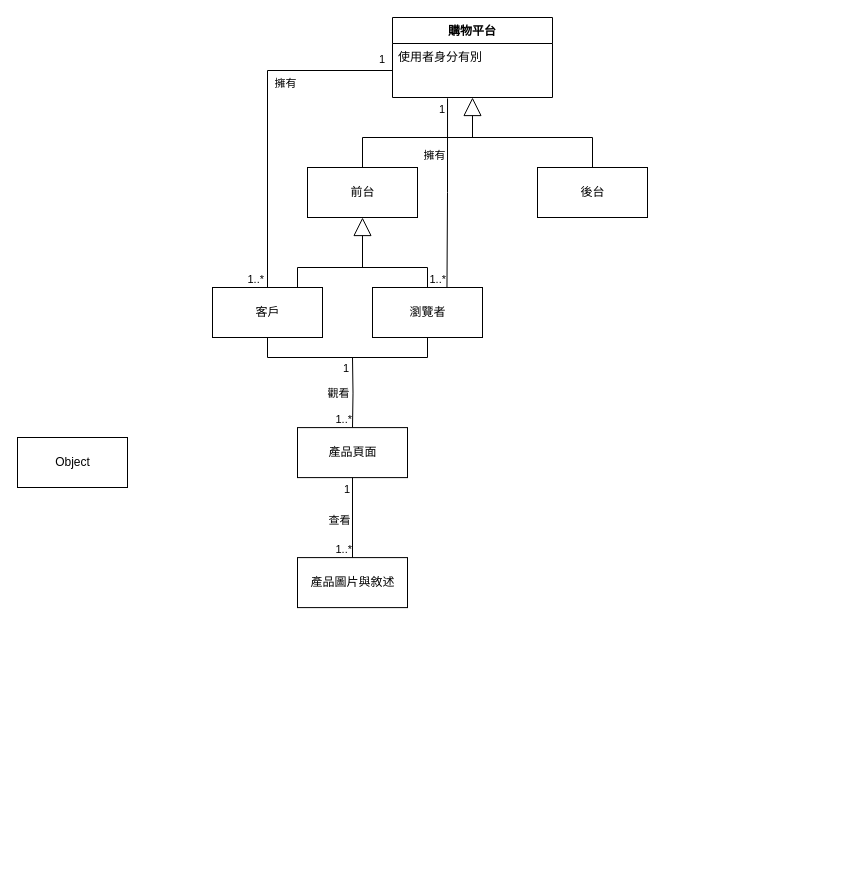
This is page "(d) 小題" (2 of 3) of sample1.drawio from 109111114/110-2Mid, a draw.io file, before an edit. Source tidied: cells renumbered, new cells numbered last; positions are measured from the earlier drawing's top-left corner, leaving out a move shared by most shapes. Both pictures are drawn from the tidied source at 100%, with x=0, y=0 at pixel (17, 17).
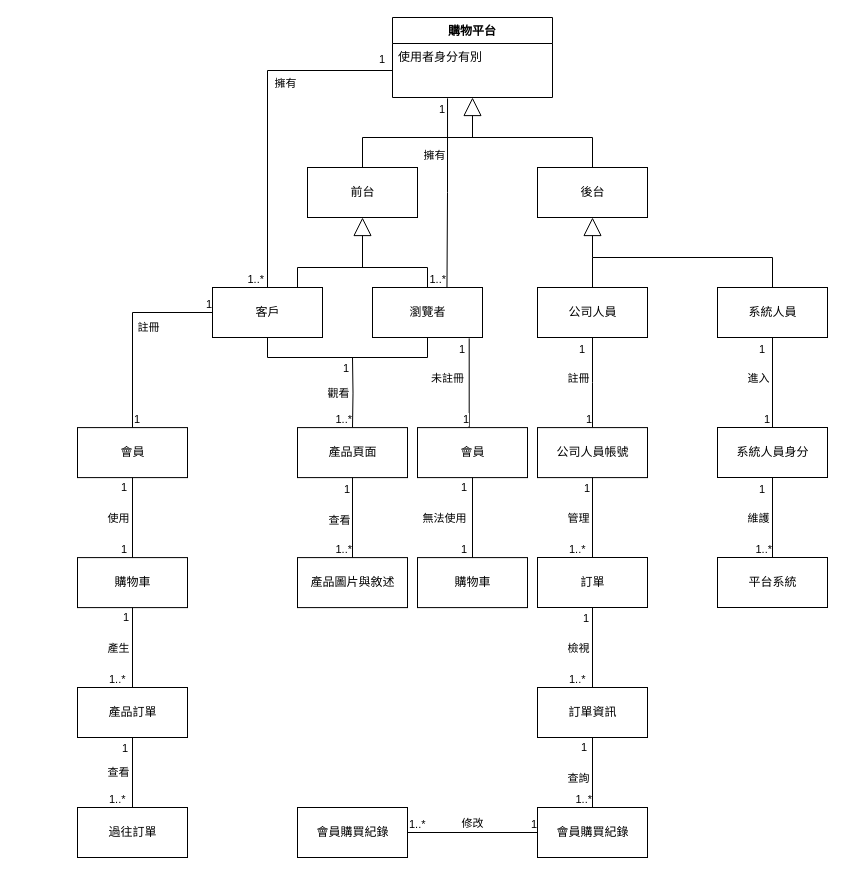
The same page after the edit.

The change refers to these unchanged cells:
```xml
<mxCell id="5" value="後台" style="html=1;" parent="1" vertex="1">
  <mxGeometry x="520" y="150" width="110" height="50" as="geometry" />
</mxCell>
<mxCell id="10" value="客戶" style="html=1;" parent="1" vertex="1">
  <mxGeometry x="195" y="270" width="110" height="50" as="geometry" />
</mxCell>
<mxCell id="11" value="瀏覽者" style="html=1;" parent="1" vertex="1">
  <mxGeometry x="355" y="270" width="110" height="50" as="geometry" />
</mxCell>
```

Change to the diagram source:
```diff
@@
-    <mxCell id="26" value="Object" style="html=1;" parent="1" vertex="1">
-      <mxGeometry y="420" width="110" height="50" as="geometry" />
+    <mxCell id="26" value="會員" style="html=1;" parent="1" vertex="1">
+      <mxGeometry x="60" y="410.1" width="110" height="50" as="geometry" />
     </mxCell>
@@
+    <mxCell id="38" style="endArrow=none;html=1;edgeStyle=orthogonalEdgeStyle;rounded=0;exitX=0.5;exitY=0;exitDx=0;exitDy=0;entryX=0;entryY=0.5;entryDx=0;entryDy=0;" parent="1" edge="1" source="26" target="10">
+      <mxGeometry relative="1" as="geometry" />
+    </mxCell>
+    <mxCell id="39" value="1" style="edgeLabel;html=1;align=left;verticalAlign=bottom;" parent="38" vertex="1">
+      <mxGeometry x="-1" relative="1" as="geometry" />
+    </mxCell>
+    <mxCell id="40" value="1" style="edgeLabel;html=1;align=right;verticalAlign=bottom;" parent="38" vertex="1">
+      <mxGeometry x="1" relative="1" as="geometry" />
+    </mxCell>
+    <mxCell id="41" value="註冊" style="edgeLabel;html=1;align=center;verticalAlign=middle;" parent="38" vertex="1">
+      <mxGeometry x="-0.01" y="2" relative="1" as="geometry">
+        <mxPoint x="17" y="-4" as="offset" />
+      </mxGeometry>
+    </mxCell>
+    <mxCell id="42" value="購物車" style="html=1;" parent="1" vertex="1">
+      <mxGeometry x="60" y="540.1" width="110" height="50" as="geometry" />
+    </mxCell>
+    <mxCell id="43" style="endArrow=none;html=1;edgeStyle=orthogonalEdgeStyle;rounded=0;exitX=0.5;exitY=1;exitDx=0;exitDy=0;entryX=0.5;entryY=0;entryDx=0;entryDy=0;" parent="1" edge="1" source="26" target="42">
+      <mxGeometry relative="1" as="geometry" />
+    </mxCell>
+    <mxCell id="44" value="1" style="edgeLabel;html=1;align=left;verticalAlign=bottom;" parent="43" vertex="1">
+      <mxGeometry x="-1" relative="1" as="geometry">
+        <mxPoint x="-13" y="18" as="offset" />
+      </mxGeometry>
+    </mxCell>
+    <mxCell id="45" value="1" style="edgeLabel;html=1;align=right;verticalAlign=bottom;" parent="43" vertex="1">
+      <mxGeometry x="1" relative="1" as="geometry">
+        <mxPoint x="-5" as="offset" />
+      </mxGeometry>
+    </mxCell>
+    <mxCell id="46" value="使用" style="edgeLabel;html=1;align=center;verticalAlign=middle;" parent="43" vertex="1">
+      <mxGeometry x="-0.24" relative="1" as="geometry">
+        <mxPoint x="-15" y="10" as="offset" />
+      </mxGeometry>
+    </mxCell>
+    <mxCell id="47" value="產品訂單" style="html=1;" parent="1" vertex="1">
+      <mxGeometry x="60" y="670" width="110" height="50" as="geometry" />
+    </mxCell>
+    <mxCell id="48" style="endArrow=none;html=1;edgeStyle=orthogonalEdgeStyle;rounded=0;exitX=0.5;exitY=0;exitDx=0;exitDy=0;entryX=0.5;entryY=1;entryDx=0;entryDy=0;" parent="1" edge="1" source="47" target="42">
+      <mxGeometry relative="1" as="geometry" />
+    </mxCell>
+    <mxCell id="49" value="1..*" style="edgeLabel;html=1;align=left;verticalAlign=bottom;" parent="48" vertex="1">
+      <mxGeometry x="-1" relative="1" as="geometry">
+        <mxPoint x="-25" as="offset" />
+      </mxGeometry>
+    </mxCell>
+    <mxCell id="50" value="1" style="edgeLabel;html=1;align=right;verticalAlign=bottom;" parent="48" vertex="1">
+      <mxGeometry x="1" relative="1" as="geometry">
+        <mxPoint x="-3" y="18" as="offset" />
+      </mxGeometry>
+    </mxCell>
+    <mxCell id="51" value="產生" style="edgeLabel;html=1;align=center;verticalAlign=middle;" parent="48" vertex="1">
+      <mxGeometry x="0.3" relative="1" as="geometry">
+        <mxPoint x="-15" y="12" as="offset" />
+      </mxGeometry>
+    </mxCell>
+    <mxCell id="52" value="過往訂單" style="html=1;" parent="1" vertex="1">
+      <mxGeometry x="60" y="790" width="110" height="50" as="geometry" />
+    </mxCell>
+    <mxCell id="53" style="endArrow=none;html=1;edgeStyle=orthogonalEdgeStyle;rounded=0;exitX=0.5;exitY=0;exitDx=0;exitDy=0;entryX=0.5;entryY=1;entryDx=0;entryDy=0;" parent="1" edge="1" source="52" target="47">
+      <mxGeometry relative="1" as="geometry" />
+    </mxCell>
+    <mxCell id="54" value="1..*" style="edgeLabel;html=1;align=left;verticalAlign=bottom;" parent="53" vertex="1">
+      <mxGeometry x="-1" relative="1" as="geometry">
+        <mxPoint x="-25" as="offset" />
+      </mxGeometry>
+    </mxCell>
+    <mxCell id="55" value="1" style="edgeLabel;html=1;align=right;verticalAlign=bottom;" parent="53" vertex="1">
+      <mxGeometry x="1" relative="1" as="geometry">
+        <mxPoint x="-4" y="19" as="offset" />
+      </mxGeometry>
+    </mxCell>
+    <mxCell id="56" value="查看" style="edgeLabel;html=1;align=center;verticalAlign=middle;" parent="53" vertex="1">
+      <mxGeometry x="0.25" y="2" relative="1" as="geometry">
+        <mxPoint x="-13" y="8" as="offset" />
+      </mxGeometry>
+    </mxCell>
+    <mxCell id="57" value="公司人員" style="html=1;" parent="1" vertex="1">
+      <mxGeometry x="520" y="270" width="110" height="50" as="geometry" />
+    </mxCell>
+    <mxCell id="58" value="系統人員" style="html=1;" parent="1" vertex="1">
+      <mxGeometry x="700" y="270" width="110" height="50" as="geometry" />
+    </mxCell>
+    <mxCell id="59" style="endArrow=none;html=1;rounded=0;exitX=0.5;exitY=0;exitDx=0;exitDy=0;" parent="1" edge="1" source="57">
+      <mxGeometry relative="1" as="geometry">
+        <mxPoint x="575" y="240" as="targetPoint" />
+      </mxGeometry>
+    </mxCell>
+    <mxCell id="60" style="endArrow=none;html=1;rounded=0;" parent="1" edge="1">
+      <mxGeometry relative="1" as="geometry">
+        <mxPoint x="575" y="240" as="sourcePoint" />
+        <mxPoint x="755" y="240" as="targetPoint" />
+      </mxGeometry>
+    </mxCell>
+    <mxCell id="61" style="endArrow=none;html=1;rounded=0;exitX=0.5;exitY=0;exitDx=0;exitDy=0;" parent="1" edge="1" source="58">
+      <mxGeometry relative="1" as="geometry">
+        <mxPoint x="755" y="240" as="targetPoint" />
+      </mxGeometry>
+    </mxCell>
+    <mxCell id="62" style="endArrow=none;html=1;edgeStyle=orthogonalEdgeStyle;rounded=0;exitX=0.5;exitY=1;exitDx=0;exitDy=0;" parent="1" edge="1" source="57">
+      <mxGeometry relative="1" as="geometry">
+        <mxPoint x="575" y="410" as="targetPoint" />
+      </mxGeometry>
+    </mxCell>
+    <mxCell id="63" value="1" style="edgeLabel;html=1;align=left;verticalAlign=bottom;" parent="62" vertex="1">
+      <mxGeometry x="-1" relative="1" as="geometry">
+        <mxPoint x="-15" y="20" as="offset" />
+      </mxGeometry>
+    </mxCell>
+    <mxCell id="64" value="1" style="edgeLabel;html=1;align=right;verticalAlign=bottom;" parent="62" vertex="1">
+      <mxGeometry x="1" relative="1" as="geometry" />
+    </mxCell>
+    <mxCell id="65" value="註冊" style="edgeLabel;html=1;align=center;verticalAlign=middle;" parent="62" vertex="1">
+      <mxGeometry x="-0.35" y="-1" relative="1" as="geometry">
+        <mxPoint x="-14" y="11" as="offset" />
+      </mxGeometry>
+    </mxCell>
+    <mxCell id="66" style="endArrow=block;endSize=16;endFill=0;html=1;rounded=0;entryX=0.5;entryY=1;entryDx=0;entryDy=0;" parent="1" edge="1" target="5">
+      <mxGeometry relative="1" as="geometry">
+        <mxPoint x="575" y="240" as="sourcePoint" />
+      </mxGeometry>
+    </mxCell>
+    <mxCell id="67" value="會員" style="html=1;" parent="1" vertex="1">
+      <mxGeometry x="400" y="410.1" width="110" height="50" as="geometry" />
+    </mxCell>
+    <mxCell id="68" style="endArrow=none;html=1;edgeStyle=orthogonalEdgeStyle;rounded=0;exitX=0.879;exitY=1.017;exitDx=0;exitDy=0;exitPerimeter=0;entryX=0.47;entryY=-0.002;entryDx=0;entryDy=0;entryPerimeter=0;" parent="1" edge="1" source="11" target="67">
+      <mxGeometry relative="1" as="geometry" />
+    </mxCell>
+    <mxCell id="69" value="1" style="edgeLabel;html=1;align=left;verticalAlign=bottom;" parent="68" vertex="1">
+      <mxGeometry x="-1" relative="1" as="geometry">
+        <mxPoint x="-12" y="19" as="offset" />
+      </mxGeometry>
+    </mxCell>
+    <mxCell id="70" value="1" style="edgeLabel;html=1;align=right;verticalAlign=bottom;" parent="68" vertex="1">
+      <mxGeometry x="1" relative="1" as="geometry" />
+    </mxCell>
+    <mxCell id="71" value="未註冊" style="edgeLabel;html=1;align=center;verticalAlign=middle;" parent="68" vertex="1">
+      <mxGeometry x="-0.27" y="-1" relative="1" as="geometry">
+        <mxPoint x="-21" y="7" as="offset" />
+      </mxGeometry>
+    </mxCell>
+    <mxCell id="72" value="購物車" style="html=1;" parent="1" vertex="1">
+      <mxGeometry x="400" y="540.1" width="110" height="50" as="geometry" />
+    </mxCell>
+    <mxCell id="73" style="endArrow=none;html=1;edgeStyle=orthogonalEdgeStyle;rounded=0;exitX=0.5;exitY=1;exitDx=0;exitDy=0;entryX=0.5;entryY=0;entryDx=0;entryDy=0;" parent="1" edge="1" source="67" target="72">
+      <mxGeometry relative="1" as="geometry" />
+    </mxCell>
+    <mxCell id="74" value="1" style="edgeLabel;html=1;align=left;verticalAlign=bottom;" parent="73" vertex="1">
+      <mxGeometry x="-1" relative="1" as="geometry">
+        <mxPoint x="-13" y="18" as="offset" />
+      </mxGeometry>
+    </mxCell>
+    <mxCell id="75" value="1" style="edgeLabel;html=1;align=right;verticalAlign=bottom;" parent="73" vertex="1">
+      <mxGeometry x="1" relative="1" as="geometry">
+        <mxPoint x="-5" as="offset" />
+      </mxGeometry>
+    </mxCell>
+    <mxCell id="76" value="無法使用" style="edgeLabel;html=1;align=center;verticalAlign=middle;" parent="73" vertex="1">
+      <mxGeometry x="-0.24" relative="1" as="geometry">
+        <mxPoint x="-29" y="10" as="offset" />
+      </mxGeometry>
+    </mxCell>
+    <mxCell id="77" value="公司人員帳號" style="html=1;" parent="1" vertex="1">
+      <mxGeometry x="520" y="410.1" width="110" height="50" as="geometry" />
+    </mxCell>
+    <mxCell id="78" value="訂單" style="html=1;" parent="1" vertex="1">
+      <mxGeometry x="520" y="540" width="110" height="50" as="geometry" />
+    </mxCell>
+    <mxCell id="79" style="endArrow=none;html=1;edgeStyle=orthogonalEdgeStyle;rounded=0;exitX=0.5;exitY=0;exitDx=0;exitDy=0;entryX=0.5;entryY=1;entryDx=0;entryDy=0;" parent="1" edge="1" source="78" target="77">
+      <mxGeometry relative="1" as="geometry" />
+    </mxCell>
+    <mxCell id="80" value="1..*" style="edgeLabel;html=1;align=left;verticalAlign=bottom;" parent="79" vertex="1">
+      <mxGeometry x="-1" relative="1" as="geometry">
+        <mxPoint x="-25" as="offset" />
+      </mxGeometry>
+    </mxCell>
+    <mxCell id="81" value="1" style="edgeLabel;html=1;align=right;verticalAlign=bottom;" parent="79" vertex="1">
+      <mxGeometry x="1" relative="1" as="geometry">
+        <mxPoint x="-2" y="19" as="offset" />
+      </mxGeometry>
+    </mxCell>
+    <mxCell id="82" value="管理" style="edgeLabel;html=1;align=center;verticalAlign=middle;" parent="79" vertex="1">
+      <mxGeometry x="0.3" y="-1" relative="1" as="geometry">
+        <mxPoint x="-16" y="12" as="offset" />
+      </mxGeometry>
+    </mxCell>
+    <mxCell id="83" value="訂單資訊" style="html=1;" parent="1" vertex="1">
+      <mxGeometry x="520" y="670" width="110" height="50" as="geometry" />
+    </mxCell>
+    <mxCell id="84" style="endArrow=none;html=1;edgeStyle=orthogonalEdgeStyle;rounded=0;exitX=0.5;exitY=0;exitDx=0;exitDy=0;entryX=0.5;entryY=1;entryDx=0;entryDy=0;" parent="1" edge="1" source="83" target="78">
+      <mxGeometry relative="1" as="geometry" />
+    </mxCell>
+    <mxCell id="85" value="1..*" style="edgeLabel;html=1;align=left;verticalAlign=bottom;" parent="84" vertex="1">
+      <mxGeometry x="-1" relative="1" as="geometry">
+        <mxPoint x="-25" as="offset" />
+      </mxGeometry>
+    </mxCell>
+    <mxCell id="86" value="1" style="edgeLabel;html=1;align=right;verticalAlign=bottom;" parent="84" vertex="1">
+      <mxGeometry x="1" relative="1" as="geometry">
+        <mxPoint x="-3" y="19" as="offset" />
+      </mxGeometry>
+    </mxCell>
+    <mxCell id="87" value="檢視" style="edgeLabel;html=1;align=center;verticalAlign=middle;" parent="84" vertex="1">
+      <mxGeometry x="0.26" y="1" relative="1" as="geometry">
+        <mxPoint x="-14" y="10" as="offset" />
+      </mxGeometry>
+    </mxCell>
+    <mxCell id="88" value="會員購買紀錄" style="html=1;" parent="1" vertex="1">
+      <mxGeometry x="520" y="790" width="110" height="50" as="geometry" />
+    </mxCell>
+    <mxCell id="89" style="endArrow=none;html=1;edgeStyle=orthogonalEdgeStyle;rounded=0;exitX=0.5;exitY=1;exitDx=0;exitDy=0;entryX=0.5;entryY=0;entryDx=0;entryDy=0;" parent="1" edge="1" source="83" target="88">
+      <mxGeometry relative="1" as="geometry" />
+    </mxCell>
+    <mxCell id="90" value="1" style="edgeLabel;html=1;align=left;verticalAlign=bottom;" parent="89" vertex="1">
+      <mxGeometry x="-1" relative="1" as="geometry">
+        <mxPoint x="-13" y="18" as="offset" />
+      </mxGeometry>
+    </mxCell>
+    <mxCell id="91" value="1..*" style="edgeLabel;html=1;align=right;verticalAlign=bottom;" parent="89" vertex="1">
+      <mxGeometry x="1" relative="1" as="geometry" />
+    </mxCell>
+    <mxCell id="92" value="查詢" style="edgeLabel;html=1;align=center;verticalAlign=middle;" parent="89" vertex="1">
+      <mxGeometry x="-0.28" y="-3" relative="1" as="geometry">
+        <mxPoint x="-12" y="15" as="offset" />
+      </mxGeometry>
+    </mxCell>
+    <mxCell id="93" value="會員購買紀錄" style="html=1;" parent="1" vertex="1">
+      <mxGeometry x="280" y="790" width="110" height="50" as="geometry" />
+    </mxCell>
+    <mxCell id="94" style="endArrow=none;html=1;edgeStyle=orthogonalEdgeStyle;rounded=0;exitX=1;exitY=0.5;exitDx=0;exitDy=0;entryX=0;entryY=0.5;entryDx=0;entryDy=0;" parent="1" edge="1" source="93" target="88">
+      <mxGeometry relative="1" as="geometry" />
+    </mxCell>
+    <mxCell id="95" value="1..*" style="edgeLabel;html=1;align=left;verticalAlign=bottom;" parent="94" vertex="1">
+      <mxGeometry x="-1" relative="1" as="geometry" />
+    </mxCell>
+    <mxCell id="96" value="1" style="edgeLabel;html=1;align=right;verticalAlign=bottom;" parent="94" vertex="1">
+      <mxGeometry x="1" relative="1" as="geometry" />
+    </mxCell>
+    <mxCell id="97" value="修改" style="edgeLabel;html=1;align=center;verticalAlign=middle;" parent="94" vertex="1">
+      <mxGeometry x="-0.2" y="2" relative="1" as="geometry">
+        <mxPoint x="12" y="-8" as="offset" />
+      </mxGeometry>
+    </mxCell>
+    <mxCell id="98" value="系統人員身分" style="html=1;" parent="1" vertex="1">
+      <mxGeometry x="700" y="410" width="110" height="50" as="geometry" />
+    </mxCell>
+    <mxCell id="99" style="endArrow=none;html=1;edgeStyle=orthogonalEdgeStyle;rounded=0;exitX=0.5;exitY=1;exitDx=0;exitDy=0;entryX=0.5;entryY=0;entryDx=0;entryDy=0;" parent="1" edge="1" source="58" target="98">
+      <mxGeometry relative="1" as="geometry" />
+    </mxCell>
+    <mxCell id="100" value="1" style="edgeLabel;html=1;align=left;verticalAlign=bottom;" parent="99" vertex="1">
+      <mxGeometry x="-1" relative="1" as="geometry">
+        <mxPoint x="-15" y="20" as="offset" />
+      </mxGeometry>
+    </mxCell>
+    <mxCell id="101" value="1" style="edgeLabel;html=1;align=right;verticalAlign=bottom;" parent="99" vertex="1">
+      <mxGeometry x="1" relative="1" as="geometry">
+        <mxPoint x="-2" as="offset" />
+      </mxGeometry>
+    </mxCell>
+    <mxCell id="102" value="進入" style="edgeLabel;html=1;align=center;verticalAlign=middle;" parent="99" vertex="1">
+      <mxGeometry x="-0.29" relative="1" as="geometry">
+        <mxPoint x="-15" y="8" as="offset" />
+      </mxGeometry>
+    </mxCell>
+    <mxCell id="103" value="平台系統" style="html=1;" parent="1" vertex="1">
+      <mxGeometry x="700" y="540" width="110" height="50" as="geometry" />
+    </mxCell>
+    <mxCell id="104" style="endArrow=none;html=1;edgeStyle=orthogonalEdgeStyle;rounded=0;exitX=0.5;exitY=1;exitDx=0;exitDy=0;entryX=0.5;entryY=0;entryDx=0;entryDy=0;" parent="1" edge="1" source="98" target="103">
+      <mxGeometry relative="1" as="geometry" />
+    </mxCell>
+    <mxCell id="105" value="1" style="edgeLabel;html=1;align=left;verticalAlign=bottom;" parent="104" vertex="1">
+      <mxGeometry x="-1" relative="1" as="geometry">
+        <mxPoint x="-15" y="20" as="offset" />
+      </mxGeometry>
+    </mxCell>
+    <mxCell id="106" value="1..*" style="edgeLabel;html=1;align=right;verticalAlign=bottom;" parent="104" vertex="1">
+      <mxGeometry x="1" relative="1" as="geometry" />
+    </mxCell>
+    <mxCell id="107" value="維護" style="edgeLabel;html=1;align=center;verticalAlign=middle;" parent="104" vertex="1">
+      <mxGeometry x="-0.2" y="1" relative="1" as="geometry">
+        <mxPoint x="-16" y="8" as="offset" />
+      </mxGeometry>
+    </mxCell>
```
